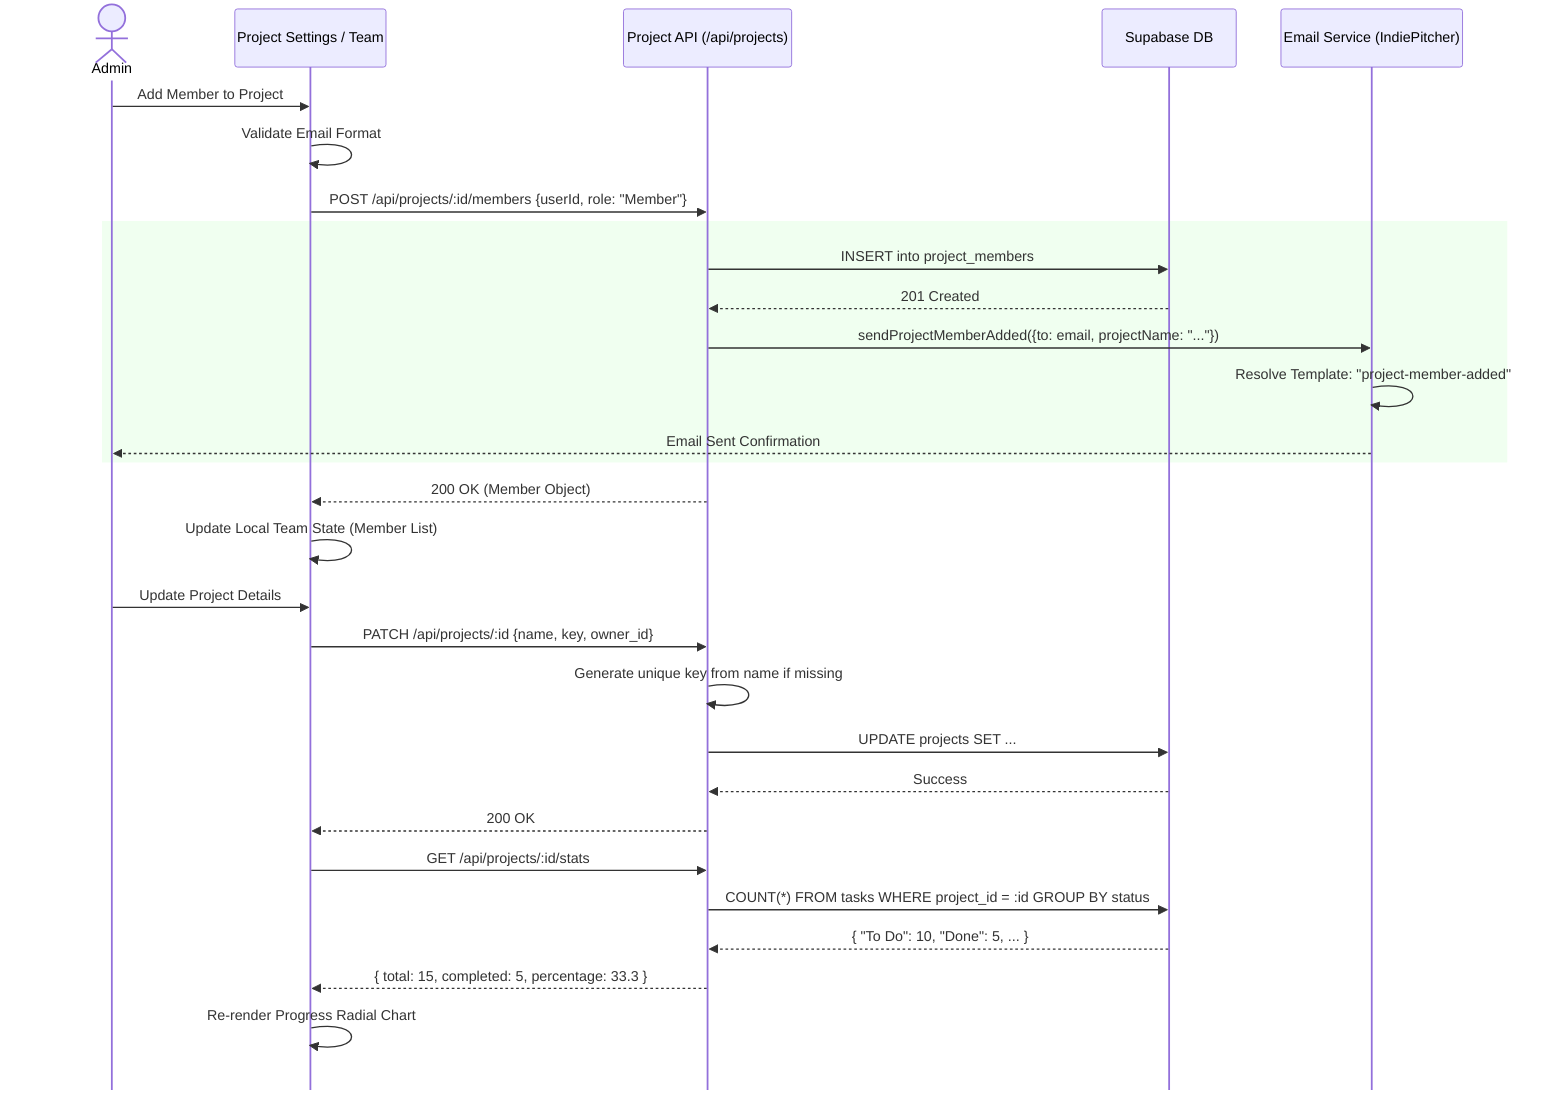
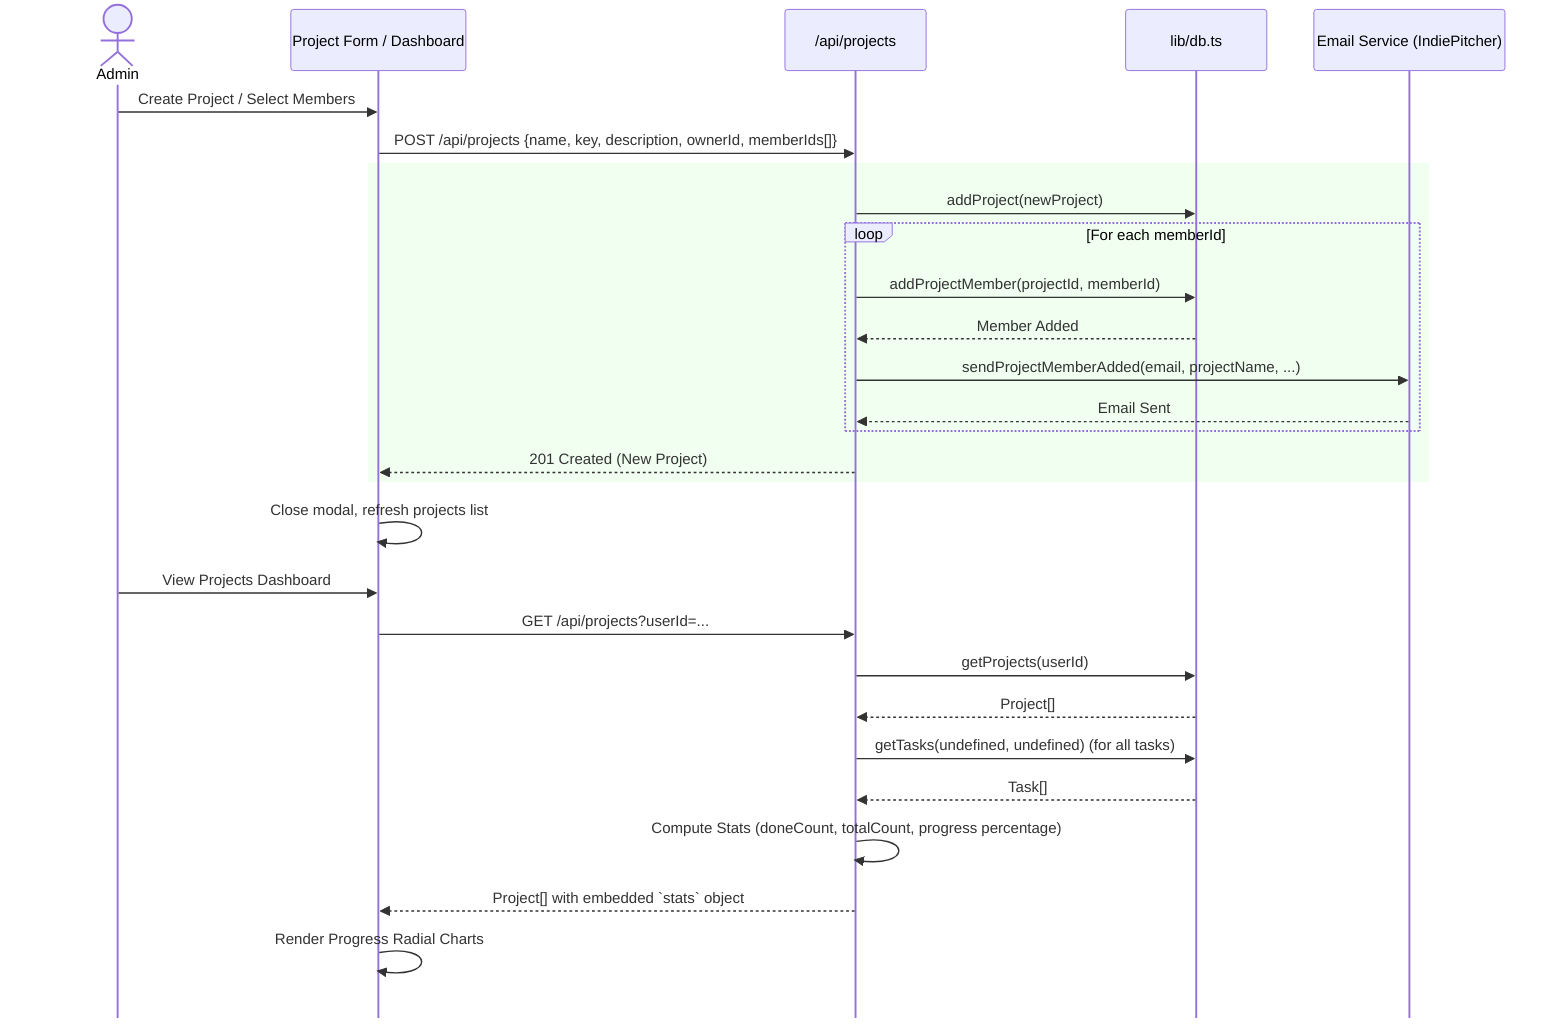
%%{init: {"sequence": {"mirrorActors": false}}}%%
sequenceDiagram
    actor Admin
-     participant UI as Project Settings / Team
-     participant API as Project API (/api/projects)
-     participant DB as Supabase DB
+     participant UI as Project Form / Dashboard
+     participant API as /api/projects
+     participant DB as lib/db.ts
    participant Email as Email Service (IndiePitcher)

-     Admin->>UI: Add Member to Project
-     UI->>UI: Validate Email Format
-     UI->>API: POST /api/projects/:id/members {userId, role: "Member"}
+     Admin->>UI: Create Project / Select Members
+     UI->>API: POST /api/projects {name, key, description, ownerId, memberIds[]}

    rect rgb(240, 255, 240)
-     API->>DB: INSERT into project_members
-     DB-->>API: 201 Created
-     API->>Email: sendProjectMemberAdded({to: email, projectName: "..."})
-     Email->>Email: Resolve Template: "project-member-added"
-     Email-->>Admin: Email Sent Confirmation
+     API->>DB: addProject(newProject)
+ 
+     loop For each memberId
+         API->>DB: addProjectMember(projectId, memberId)
+         DB-->>API: Member Added
+         %% Retaining IndiePitcher email request per instruction
+         API->>Email: sendProjectMemberAdded(email, projectName, ...)
+         Email-->>API: Email Sent
+     end
+     API-->>UI: 201 Created (New Project)
    end

-     API-->>UI: 200 OK (Member Object)
-     UI->>UI: Update Local Team State (Member List)
+     UI->>UI: Close modal, refresh projects list

-     Admin->>UI: Update Project Details
-     UI->>API: PATCH /api/projects/:id {name, key, owner_id}
-     API->>API: Generate unique key from name if missing
-     API->>DB: UPDATE projects SET ...
-     DB-->>API: Success
-     API-->>UI: 200 OK
+     Admin->>UI: View Projects Dashboard
+     UI->>API: GET /api/projects?userId=...
+     API->>DB: getProjects(userId)
+     DB-->>API: Project[]
+     API->>DB: getTasks(undefined, undefined) (for all tasks)
+     DB-->>API: Task[]

-     UI->>API: GET /api/projects/:id/stats
-     API->>DB: COUNT(*) FROM tasks WHERE project_id = :id GROUP BY status
-     DB-->>API: { "To Do": 10, "Done": 5, ... }
-     API-->>UI: { total: 15, completed: 5, percentage: 33.3 }
-     UI->>UI: Re-render Progress Radial Chart
+     API->>API: Compute Stats (doneCount, totalCount, progress percentage)
+     API-->>UI: Project[] with embedded `stats` object
+     UI->>UI: Render Progress Radial Charts
